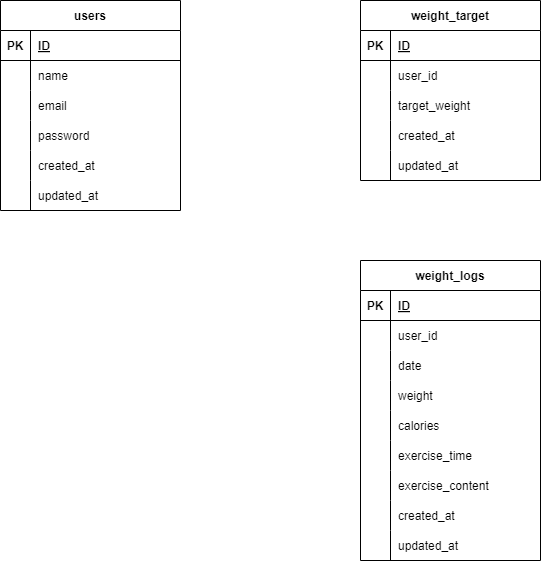
The draw.io diagram ER.drawio.png in yuusukejinba/jinba-last, before a commit. Source tidied: cells renumbered, new cells last; positions are measured from the earlier drawing's top-left corner, leaving out a move shared by most shapes.
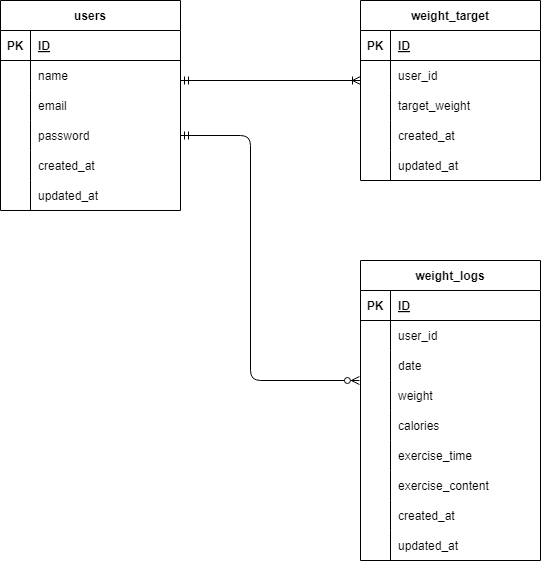
After the commit.

Commit message:
リモートリポジトリの変更

Change to the diagram source:
```diff
@@ -191,5 +191,18 @@
     <mxCell id="64" value="updated_at" style="shape=partialRectangle;fillColor=none;top=0;left=0;bottom=0;right=0;align=left;spacingLeft=6;overflow=hidden;" parent="62" vertex="1">
       <mxGeometry x="30" width="150" height="30" as="geometry" />
     </mxCell>
+    <mxCell id="65" style="fontSize=12;html=1;endArrow=ERzeroToMany;startArrow=ERmandOne;exitX=1;exitY=0.5;exitDx=0;exitDy=0;entryX=-0.006;entryY=0;entryDx=0;entryDy=0;entryPerimeter=0;edgeStyle=orthogonalEdgeStyle;" parent="1" edge="1" source="56" target="12">
+      <mxGeometry relative="1" as="geometry">
+        <Array as="points">
+          <mxPoint x="250" y="135" />
+          <mxPoint x="250" y="380" />
+        </Array>
+      </mxGeometry>
+    </mxCell>
+    <mxCell id="66" style="fontSize=12;html=1;endArrow=ERoneToMany;startArrow=ERmandOne;exitX=1;exitY=0.667;exitDx=0;exitDy=0;exitPerimeter=0;" parent="1" edge="1" source="50">
+      <mxGeometry relative="1" as="geometry">
+        <mxPoint x="360" y="80" as="targetPoint" />
+      </mxGeometry>
+    </mxCell>
   </root>
 </mxGraphModel>
```
